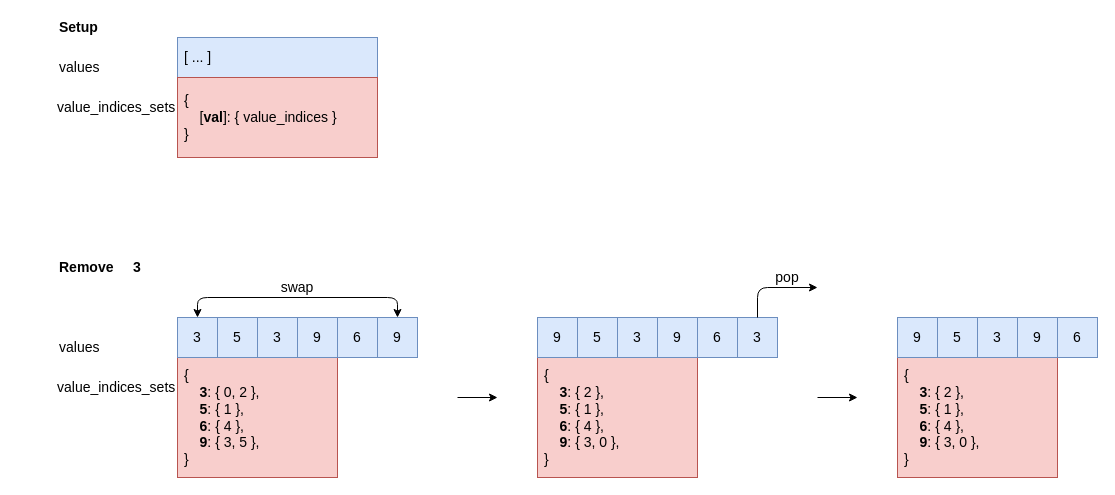
Before: 0381-insert-delete-getrandom-o1-duplicates-allowed.drawio in moredrowsy/leetcode, a draw.io diagram. Source tidied: cells renumbered, new cells numbered last; positions are measured from the earlier drawing's top-left corner, leaving out a move shared by most shapes. Both pictures are drawn from the tidied source at 100%, with x=0, y=0 at pixel (57, 17).
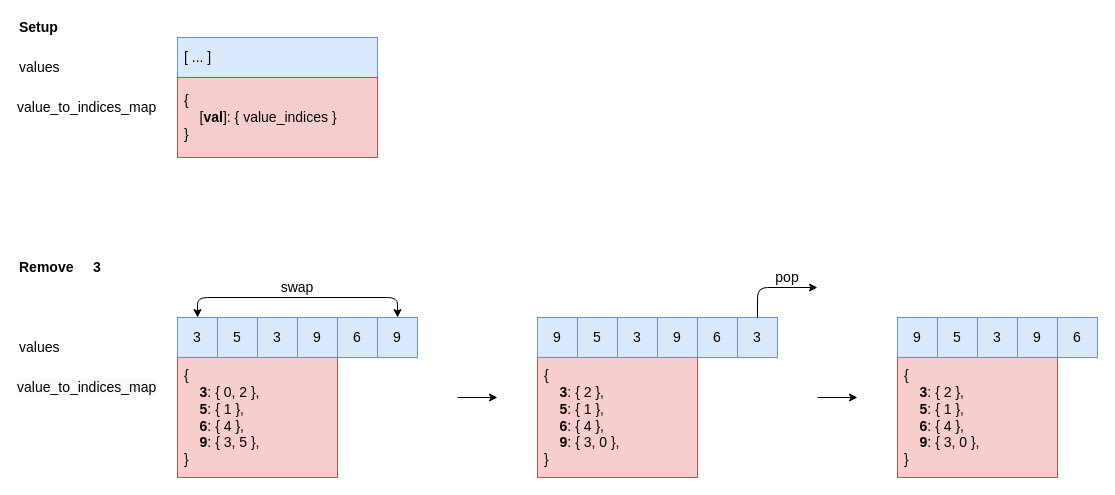
The same page after the edit.

Change to the diagram source:
```diff
@@
     <mxCell id="2" value="values" style="text;html=1;strokeColor=none;fillColor=none;align=left;verticalAlign=middle;whiteSpace=wrap;rounded=0;fontSize=14;" parent="1" vertex="1">
-      <mxGeometry y="40" width="80" height="20" as="geometry" />
+      <mxGeometry x="-40" y="40" width="80" height="20" as="geometry" />
     </mxCell>
-    <mxCell id="3" value="value_indices_sets" style="text;html=1;strokeColor=none;fillColor=none;align=left;verticalAlign=middle;whiteSpace=wrap;rounded=0;fontSize=14;spacing=0;" parent="1" vertex="1">
-      <mxGeometry y="80" width="120" height="20" as="geometry" />
+    <mxCell id="3" value="value_to_indices_map" style="text;html=1;strokeColor=none;fillColor=none;align=left;verticalAlign=middle;whiteSpace=wrap;rounded=0;fontSize=14;spacing=0;" parent="1" vertex="1">
+      <mxGeometry x="-40" y="80" width="120" height="20" as="geometry" />
     </mxCell>
@@
     <mxCell id="6" value="Remove" style="text;html=1;strokeColor=none;fillColor=none;align=left;verticalAlign=middle;whiteSpace=wrap;rounded=0;fontSize=14;fontStyle=1;" parent="1" vertex="1">
-      <mxGeometry y="240" width="80" height="20" as="geometry" />
+      <mxGeometry x="-40" y="240" width="80" height="20" as="geometry" />
     </mxCell>
     <mxCell id="7" value="Setup" style="text;html=1;strokeColor=none;fillColor=none;align=left;verticalAlign=middle;whiteSpace=wrap;rounded=0;fontSize=14;fontStyle=1;" parent="1" vertex="1">
-      <mxGeometry width="80" height="20" as="geometry" />
+      <mxGeometry x="-40" width="80" height="20" as="geometry" />
     </mxCell>
     <mxCell id="8" value="values" style="text;html=1;strokeColor=none;fillColor=none;align=left;verticalAlign=middle;whiteSpace=wrap;rounded=0;fontSize=14;" parent="1" vertex="1">
-      <mxGeometry y="320" width="80" height="20" as="geometry" />
+      <mxGeometry x="-40" y="320" width="80" height="20" as="geometry" />
     </mxCell>
-    <mxCell id="9" value="value_indices_sets" style="text;html=1;strokeColor=none;fillColor=none;align=left;verticalAlign=middle;whiteSpace=wrap;rounded=0;fontSize=14;spacing=0;" parent="1" vertex="1">
-      <mxGeometry y="360" width="120" height="20" as="geometry" />
+    <mxCell id="9" value="&lt;span style=&quot;color: rgb(0, 0, 0); font-family: helvetica; font-size: 14px; font-style: normal; font-weight: 400; letter-spacing: normal; text-align: left; text-indent: 0px; text-transform: none; word-spacing: 0px; background-color: rgb(248, 249, 250); display: inline; float: none;&quot;&gt;value_to_indices_map&lt;/span&gt;" style="text;html=1;strokeColor=none;fillColor=none;align=left;verticalAlign=middle;whiteSpace=wrap;rounded=0;fontSize=14;spacing=0;" parent="1" vertex="1">
+      <mxGeometry x="-40" y="360" width="120" height="20" as="geometry" />
     </mxCell>
@@
     <mxCell id="15" value="3" style="text;html=1;strokeColor=none;fillColor=none;align=center;verticalAlign=middle;whiteSpace=wrap;rounded=0;fontSize=14;fontStyle=1;" parent="1" vertex="1">
-      <mxGeometry x="60" y="240" width="40" height="20" as="geometry" />
+      <mxGeometry x="20" y="240" width="40" height="20" as="geometry" />
     </mxCell>
```
